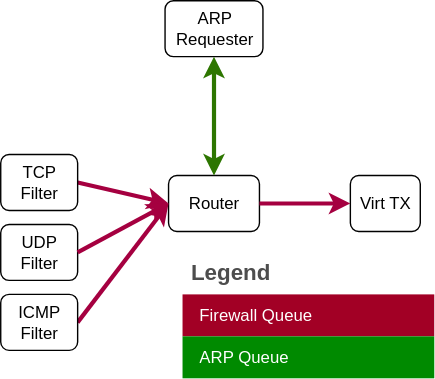
Before: static/external_router.svg, a diagram exported from draw.io (au-ts/lionsos.org). Source tidied: cells renumbered, new cells last; positions are measured from the earlier drawing's top-left corner, leaving out a move shared by most shapes. Source of this version:
```xml
<mxGraphModel>
  <root>
    <mxCell id="0" />
    <mxCell id="1" parent="0" />
    <mxCell id="2" value="Virt TX" style="rounded=1;whiteSpace=wrap;html=1;" parent="1" vertex="1">
      <mxGeometry x="250" y="125" width="50" height="40" as="geometry" />
    </mxCell>
    <mxCell id="3" value="Router" style="rounded=1;whiteSpace=wrap;html=1;" parent="1" vertex="1">
      <mxGeometry x="120" y="125" width="65" height="40" as="geometry" />
    </mxCell>
    <mxCell id="4" style="endArrow=classic;html=1;rounded=0;exitX=1;exitY=0.5;exitDx=0;exitDy=0;entryX=0;entryY=0.5;entryDx=0;entryDy=0;fillColor=#d80073;strokeColor=#A50040;strokeWidth=3;" parent="1" edge="1" source="9" target="3">
      <mxGeometry relative="1" as="geometry" />
    </mxCell>
    <mxCell id="5" style="endArrow=classic;html=1;rounded=0;exitX=1;exitY=0.5;exitDx=0;exitDy=0;entryX=0;entryY=0.5;entryDx=0;entryDy=0;fillColor=#d80073;strokeColor=#A50040;strokeWidth=3;" parent="1" edge="1" source="11" target="3">
      <mxGeometry relative="1" as="geometry" />
    </mxCell>
    <mxCell id="6" style="endArrow=classic;html=1;rounded=0;exitX=1;exitY=0.5;exitDx=0;exitDy=0;entryX=0;entryY=0.5;entryDx=0;entryDy=0;fillColor=#d80073;strokeColor=#A50040;strokeWidth=3;" parent="1" edge="1" source="3" target="2">
      <mxGeometry relative="1" as="geometry" />
    </mxCell>
    <mxCell id="7" value="&lt;div&gt;ARP&lt;/div&gt;&lt;div&gt;Requester&lt;/div&gt;" style="rounded=1;whiteSpace=wrap;html=1;" parent="1" vertex="1">
      <mxGeometry x="117.5" width="70" height="40" as="geometry" />
    </mxCell>
    <mxCell id="8" style="endArrow=classic;startArrow=classic;html=1;rounded=0;entryX=0.5;entryY=1;entryDx=0;entryDy=0;exitX=0.5;exitY=0;exitDx=0;exitDy=0;fillColor=#60a917;strokeColor=#2D7600;strokeWidth=3;" parent="1" edge="1" source="3" target="7">
      <mxGeometry relative="1" as="geometry" />
    </mxCell>
    <mxCell id="9" value="&lt;div&gt;ICMP&lt;/div&gt;&lt;div&gt;Filter&lt;/div&gt;" style="rounded=1;whiteSpace=wrap;html=1;" parent="1" vertex="1">
      <mxGeometry y="210" width="55" height="40" as="geometry" />
    </mxCell>
    <mxCell id="10" value="&lt;div&gt;UDP&lt;/div&gt;&lt;div&gt;Filter&lt;/div&gt;" style="rounded=1;whiteSpace=wrap;html=1;" parent="1" vertex="1">
      <mxGeometry y="160" width="55" height="40" as="geometry" />
    </mxCell>
    <mxCell id="11" value="&lt;div&gt;TCP&lt;/div&gt;&lt;div&gt;Filter&lt;/div&gt;" style="rounded=1;whiteSpace=wrap;html=1;" parent="1" vertex="1">
      <mxGeometry y="110" width="55" height="40" as="geometry" />
    </mxCell>
    <mxCell id="12" style="endArrow=classic;html=1;rounded=0;exitX=1;exitY=0.5;exitDx=0;exitDy=0;entryX=0;entryY=0.5;entryDx=0;entryDy=0;fillColor=#d80073;strokeColor=#A50040;strokeWidth=3;" parent="1" edge="1" source="10" target="3">
      <mxGeometry relative="1" as="geometry" />
    </mxCell>
    <mxCell id="13" value="Legend" style="shape=table;startSize=30;fontSize=16;align=left;verticalAlign=top;fillColor=none;strokeColor=none;fontColor=#4D4D4D;fontStyle=1;spacingLeft=6;spacing=0;" parent="1" vertex="1">
      <mxGeometry x="130" y="180" width="180" height="90" as="geometry" />
    </mxCell>
    <mxCell id="14" style="shape=tableRow;horizontal=0;startSize=0;swimlaneHead=0;swimlaneBody=0;strokeColor=inherit;top=0;left=0;bottom=0;right=0;fillColor=none;fontSize=12;" parent="13" vertex="1">
      <mxGeometry y="30" width="180" height="30" as="geometry" />
    </mxCell>
    <mxCell id="15" value="Firewall Queue" style="shape=partialRectangle;html=1;whiteSpace=wrap;strokeColor=#6F0000;overflow=hidden;fillColor=#a20025;top=0;left=0;bottom=0;right=0;fontSize=12;align=left;fontColor=#ffffff;spacingLeft=10;spacingRight=4;" parent="14" vertex="1">
      <mxGeometry width="180" height="30" as="geometry" />
    </mxCell>
    <mxCell id="16" style="shape=tableRow;horizontal=0;startSize=0;swimlaneHead=0;swimlaneBody=0;strokeColor=inherit;top=0;left=0;bottom=0;right=0;fillColor=none;fontSize=12;" parent="13" vertex="1">
      <mxGeometry y="60" width="180" height="30" as="geometry" />
    </mxCell>
    <mxCell id="17" value="ARP Queue" style="shape=partialRectangle;html=1;whiteSpace=wrap;strokeColor=#005700;overflow=hidden;fillColor=#008a00;top=0;left=0;bottom=0;right=0;fontSize=12;align=left;fontColor=#ffffff;spacingLeft=10;spacingRight=4;" parent="16" vertex="1">
      <mxGeometry width="180" height="30" as="geometry" />
    </mxCell>
  </root>
</mxGraphModel>
```
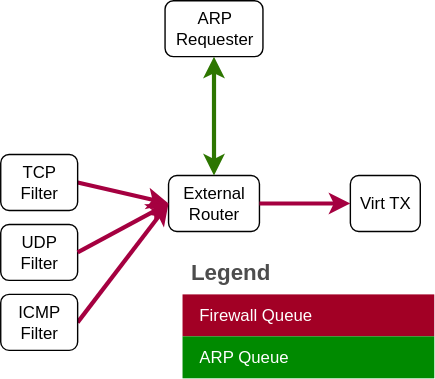
The same file after the commit.

The edit, as a diff of the source:
```diff
@@ -5,7 +5,7 @@
     <mxCell id="2" value="Virt TX" style="rounded=1;whiteSpace=wrap;html=1;" parent="1" vertex="1">
       <mxGeometry x="250" y="125" width="50" height="40" as="geometry" />
     </mxCell>
-    <mxCell id="3" value="Router" style="rounded=1;whiteSpace=wrap;html=1;" parent="1" vertex="1">
+    <mxCell id="3" value="External Router" style="rounded=1;whiteSpace=wrap;html=1;" parent="1" vertex="1">
       <mxGeometry x="120" y="125" width="65" height="40" as="geometry" />
     </mxCell>
     <mxCell id="4" style="endArrow=classic;html=1;rounded=0;exitX=1;exitY=0.5;exitDx=0;exitDy=0;entryX=0;entryY=0.5;entryDx=0;entryDy=0;fillColor=#d80073;strokeColor=#A50040;strokeWidth=3;" parent="1" edge="1" source="9" target="3">
```
